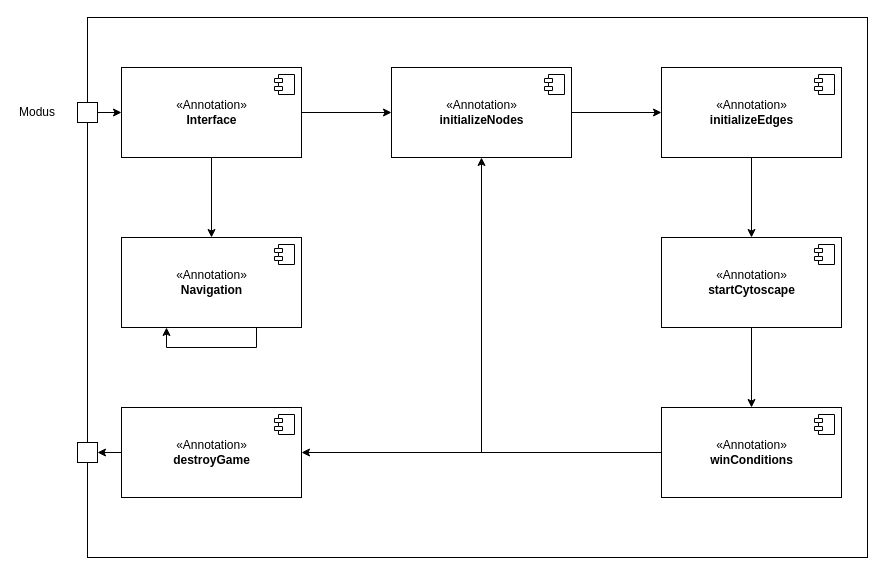
This is documentation/GameOverview.drawio from yasseen-salama/causal-inference-game, a draw.io file, before an edit. Source tidied: cells renumbered, new cells numbered last; positions are measured from the earlier drawing's top-left corner, leaving out a move shared by most shapes. Both pictures are drawn from the tidied source at 100%, with x=0, y=0 at pixel (17, 17).
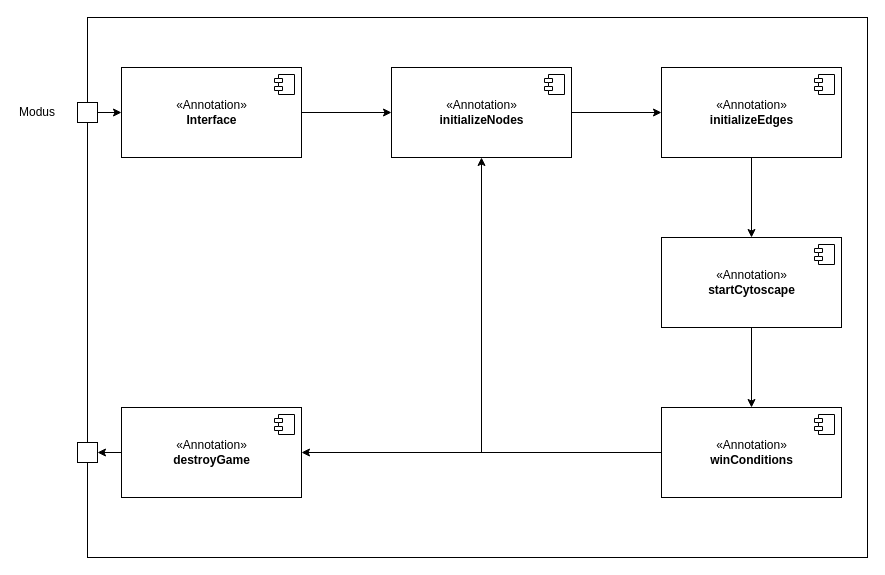
The same diagram, later.

The change refers to these unchanged cells:
```xml
<mxCell id="5" value="«Annotation»&lt;br&gt;&lt;b&gt;Interface&lt;/b&gt;" style="html=1;" parent="1" vertex="1">
  <mxGeometry x="104" y="50" width="180" height="90" as="geometry" />
</mxCell>
```

What changed in the source:
```diff
@@
-    <mxCell id="4" style="edgeStyle=orthogonalEdgeStyle;rounded=0;jettySize=auto;html=1;entryX=0.5;entryY=0;entryDx=0;entryDy=0;" parent="1" edge="1" source="5" target="20">
-      <mxGeometry relative="1" as="geometry" />
-    </mxCell>
@@
-    <mxCell id="20" value="«Annotation»&lt;br&gt;&lt;b&gt;Navigation&lt;/b&gt;" style="html=1;" parent="1" vertex="1">
-      <mxGeometry x="104" y="220" width="180" height="90" as="geometry" />
-    </mxCell>
-    <mxCell id="21" style="shape=module;jettyWidth=8;jettyHeight=4;" parent="20" vertex="1">
-      <mxGeometry x="1" width="20" height="20" relative="1" as="geometry">
-        <mxPoint x="-27" y="7" as="offset" />
-      </mxGeometry>
-    </mxCell>
@@
-    <mxCell id="29" style="edgeStyle=orthogonalEdgeStyle;rounded=0;orthogonalLoop=1;jettySize=auto;html=1;exitX=0.75;exitY=1;exitDx=0;exitDy=0;entryX=0.25;entryY=1;entryDx=0;entryDy=0;" parent="1" edge="1" source="20" target="20">
-      <mxGeometry relative="1" as="geometry" />
-    </mxCell>
```
